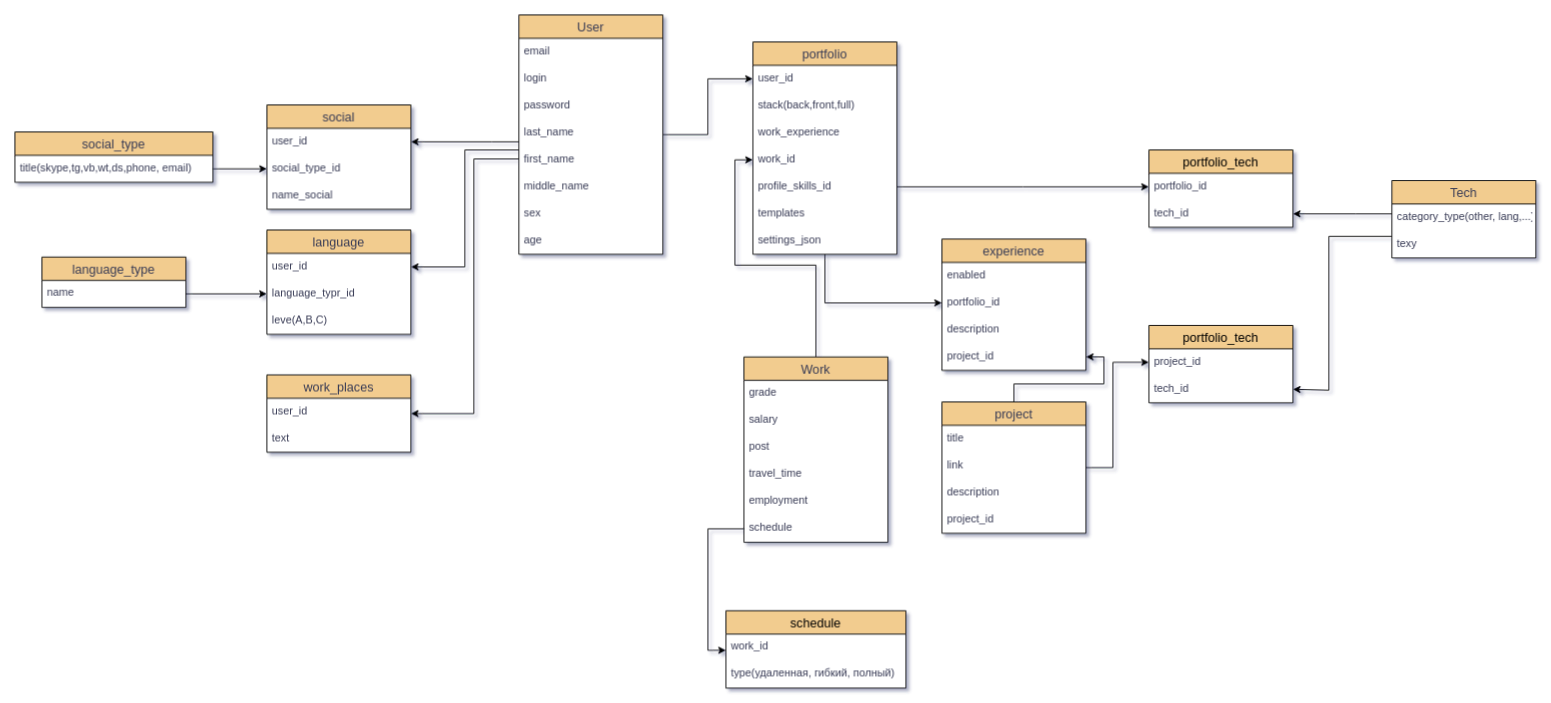
odi1n/portfolio keeps this draw.io diagram as portfolio.drawio. Above is the earlier version. Source tidied: cells renumbered, new cells numbered last; positions are measured from the earlier drawing's top-left corner, leaving out a move shared by most shapes. Both pictures are drawn from the tidied source at 90%, with x=0, y=0 at pixel (14, 14).
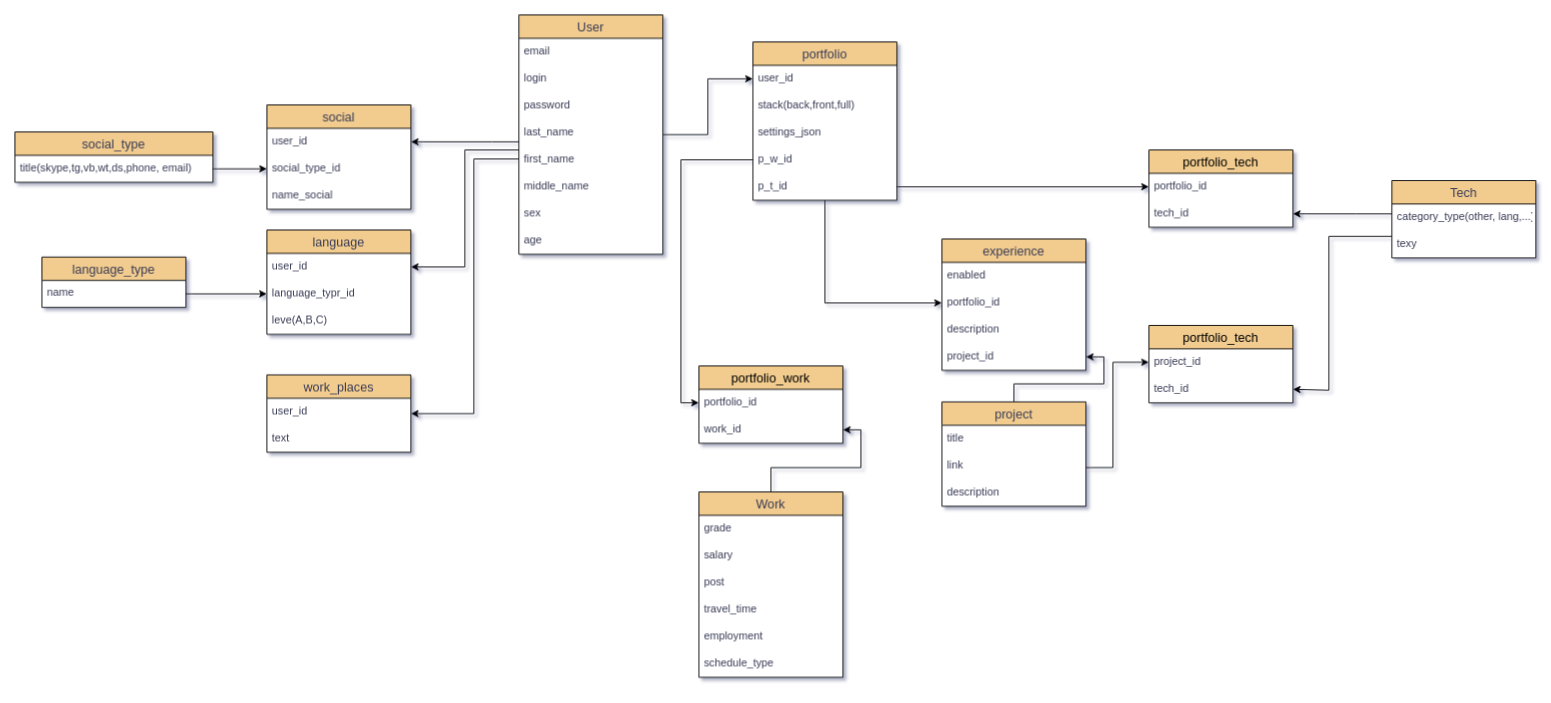
Above is the later version.

Commit message:
Привел в порядок БД

Unchanged cells that the change refers to:
```xml
<mxCell id="65" value="portfolio_id" style="text;strokeColor=none;fillColor=none;spacingLeft=4;spacingRight=4;overflow=hidden;points=[[0,0.5],[1,0.5]];portConstraint=eastwest;fontSize=12;rounded=0;shadow=0;sketch=0;fontColor=#393C56;" parent="64" vertex="1">
  <mxGeometry y="26" width="160" height="30" as="geometry" />
</mxCell>
```

Change to the diagram source:
```diff
@@
-    <mxCell id="32" style="edgeStyle=orthogonalEdgeStyle;rounded=0;jettySize=auto;html=1;fontColor=default;" parent="1" edge="1" source="33" target="60">
-      <mxGeometry relative="1" as="geometry" />
-    </mxCell>
+    <mxCell id="77" style="edgeStyle=orthogonalEdgeStyle;rounded=0;jettySize=auto;html=1;entryX=1;entryY=0.5;entryDx=0;entryDy=0;" parent="1" edge="1" source="33" target="82">
+      <mxGeometry relative="1" as="geometry" />
+    </mxCell>
     <mxCell id="33" value="Work" style="swimlane;fontStyle=0;horizontal=1;startSize=26;align=center;fontSize=14;rounded=0;shadow=0;sketch=0;fontColor=#393C56;strokeColor=default;fillColor=#F2CC8F;swimlaneFillColor=default;" parent="1" vertex="1">
-      <mxGeometry x="810" y="380" width="160" height="206" as="geometry" />
+      <mxGeometry x="760" y="530" width="160" height="206" as="geometry" />
     </mxCell>
@@
-    <mxCell id="39" value="schedule" style="text;strokeColor=none;fillColor=none;spacingLeft=4;spacingRight=4;overflow=hidden;points=[[0,0.5],[1,0.5]];portConstraint=eastwest;fontSize=12;rounded=0;shadow=0;sketch=0;fontColor=#393C56;" parent="33" vertex="1">
+    <mxCell id="39" value="schedule_type" style="text;strokeColor=none;fillColor=none;spacingLeft=4;spacingRight=4;overflow=hidden;points=[[0,0.5],[1,0.5]];portConstraint=eastwest;fontSize=12;rounded=0;shadow=0;sketch=0;fontColor=#393C56;" parent="33" vertex="1">
       <mxGeometry y="176" width="160" height="30" as="geometry" />
     </mxCell>
-    <mxCell id="40" value="schedule" style="swimlane;fontStyle=0;horizontal=1;startSize=26;align=center;fontSize=14;rounded=0;shadow=0;sketch=0;fontColor=default;strokeColor=default;fillColor=#F2CC8F;swimlaneFillColor=default;" parent="1" vertex="1">
-      <mxGeometry x="790" y="662" width="200" height="86" as="geometry" />
-    </mxCell>
-    <mxCell id="41" value="work_id" style="text;strokeColor=none;fillColor=none;spacingLeft=4;spacingRight=4;overflow=hidden;fontSize=12;rounded=0;shadow=0;sketch=0;fontColor=#393C56;" parent="40" vertex="1">
-      <mxGeometry y="26" width="200" height="30" as="geometry" />
-    </mxCell>
-    <mxCell id="42" value="type(удаленная, гибкий, полный)" style="text;strokeColor=none;fillColor=none;spacingLeft=4;spacingRight=4;overflow=hidden;fontSize=12;rounded=0;shadow=0;sketch=0;fontColor=#393C56;" parent="40" vertex="1">
-      <mxGeometry y="56" width="200" height="30" as="geometry" />
-    </mxCell>
-    <mxCell id="43" style="edgeStyle=orthogonalEdgeStyle;rounded=0;jettySize=auto;html=1;exitX=0;exitY=0.5;exitDx=0;exitDy=0;" parent="1" edge="1" source="39">
-      <mxGeometry relative="1" as="geometry">
-        <mxPoint x="790" y="706" as="targetPoint" />
-        <Array as="points">
-          <mxPoint x="770" y="571" />
-          <mxPoint x="770" y="706" />
-        </Array>
-      </mxGeometry>
-    </mxCell>
@@
-    <mxCell id="54" style="edgeStyle=orthogonalEdgeStyle;rounded=0;jettySize=auto;html=1;entryX=0;entryY=0.5;entryDx=0;entryDy=0;fontColor=default;" parent="1" edge="1" source="56" target="65">
-      <mxGeometry relative="1" as="geometry">
-        <Array as="points">
-          <mxPoint x="1120" y="191" />
-          <mxPoint x="1120" y="191" />
-        </Array>
-      </mxGeometry>
-    </mxCell>
@@
     <mxCell id="56" value="portfolio" style="swimlane;fontStyle=0;horizontal=1;startSize=26;align=center;fontSize=14;rounded=0;shadow=0;sketch=0;fontColor=#393C56;strokeColor=default;fillColor=#F2CC8F;swimlaneFillColor=default;" parent="1" vertex="1">
-      <mxGeometry x="820" y="30" width="160" height="236" as="geometry" />
+      <mxGeometry x="820" y="30" width="160" height="176" as="geometry" />
     </mxCell>
@@
-    <mxCell id="59" value="work_experience" style="text;strokeColor=none;fillColor=none;spacingLeft=4;spacingRight=4;overflow=hidden;fontSize=12;rounded=0;shadow=0;sketch=0;fontColor=#393C56;" parent="56" vertex="1">
-      <mxGeometry y="86" width="160" height="30" as="geometry" />
-    </mxCell>
-    <mxCell id="60" value="work_id" style="text;strokeColor=none;fillColor=none;spacingLeft=4;spacingRight=4;overflow=hidden;points=[[0,0.5],[1,0.5]];portConstraint=eastwest;fontSize=12;rounded=0;shadow=0;sketch=0;fontColor=#393C56;" parent="56" vertex="1">
-      <mxGeometry y="116" width="160" height="30" as="geometry" />
-    </mxCell>
-    <mxCell id="61" value="profile_skills_id" style="text;strokeColor=none;fillColor=none;spacingLeft=4;spacingRight=4;overflow=hidden;fontSize=12;rounded=0;shadow=0;sketch=0;fontColor=#393C56;" parent="56" vertex="1">
-      <mxGeometry y="146" width="160" height="30" as="geometry" />
-    </mxCell>
-    <mxCell id="62" value="templates" style="text;strokeColor=none;fillColor=none;spacingLeft=4;spacingRight=4;overflow=hidden;fontSize=12;rounded=0;shadow=0;sketch=0;fontColor=#393C56;" parent="56" vertex="1">
-      <mxGeometry y="176" width="160" height="30" as="geometry" />
-    </mxCell>
     <mxCell id="63" value="settings_json" style="text;strokeColor=none;fillColor=none;spacingLeft=4;spacingRight=4;overflow=hidden;fontSize=12;rounded=0;shadow=0;sketch=0;fontColor=#393C56;" parent="56" vertex="1">
-      <mxGeometry y="206" width="160" height="30" as="geometry" />
+      <mxGeometry y="86" width="160" height="30" as="geometry" />
     </mxCell>
+    <mxCell id="78" value="p_w_id" style="text;strokeColor=none;fillColor=none;spacingLeft=4;spacingRight=4;overflow=hidden;points=[[0,0.5],[1,0.5]];portConstraint=eastwest;fontSize=12;rounded=0;shadow=0;sketch=0;fontColor=#393C56;" parent="56" vertex="1">
+      <mxGeometry y="116" width="160" height="30" as="geometry" />
+    </mxCell>
+    <mxCell id="79" value="p_t_id" style="text;strokeColor=none;fillColor=none;spacingLeft=4;spacingRight=4;overflow=hidden;points=[[0,0.5],[1,0.5]];portConstraint=eastwest;fontSize=12;rounded=0;shadow=0;sketch=0;fontColor=#393C56;" parent="56" vertex="1">
+      <mxGeometry y="146" width="160" height="30" as="geometry" />
+    </mxCell>
@@
     <mxCell id="69" value="project" style="swimlane;fontStyle=0;horizontal=1;startSize=26;align=center;fontSize=14;rounded=0;shadow=0;sketch=0;fontColor=#393C56;strokeColor=default;fillColor=#F2CC8F;swimlaneFillColor=default;" parent="1" vertex="1">
-      <mxGeometry x="1030" y="430" width="160" height="146" as="geometry" />
+      <mxGeometry x="1030" y="430" width="160" height="116" as="geometry" />
     </mxCell>
@@
-    <mxCell id="73" value="project_id" style="text;strokeColor=none;fillColor=none;spacingLeft=4;spacingRight=4;overflow=hidden;fontSize=12;rounded=0;shadow=0;sketch=0;fontColor=#393C56;" parent="69" vertex="1">
-      <mxGeometry y="116" width="160" height="30" as="geometry" />
-    </mxCell>
@@
+    <mxCell id="80" value="portfolio_work" style="swimlane;fontStyle=0;horizontal=1;startSize=26;align=center;fontSize=14;rounded=0;shadow=0;sketch=0;fontColor=default;strokeColor=default;fillColor=#F2CC8F;swimlaneFillColor=default;" parent="1" vertex="1">
+      <mxGeometry x="760" y="390" width="160" height="86" as="geometry" />
+    </mxCell>
+    <mxCell id="81" value="portfolio_id" style="text;strokeColor=none;fillColor=none;spacingLeft=4;spacingRight=4;overflow=hidden;points=[[0,0.5],[1,0.5]];portConstraint=eastwest;fontSize=12;rounded=0;shadow=0;sketch=0;fontColor=#393C56;" parent="80" vertex="1">
+      <mxGeometry y="26" width="160" height="30" as="geometry" />
+    </mxCell>
+    <mxCell id="82" value="work_id" style="text;strokeColor=none;fillColor=none;spacingLeft=4;spacingRight=4;overflow=hidden;points=[[0,0.5],[1,0.5]];portConstraint=eastwest;fontSize=12;rounded=0;shadow=0;sketch=0;fontColor=#393C56;" parent="80" vertex="1">
+      <mxGeometry y="56" width="160" height="30" as="geometry" />
+    </mxCell>
+    <mxCell id="83" style="edgeStyle=orthogonalEdgeStyle;rounded=0;jettySize=auto;html=1;exitX=0;exitY=0.5;exitDx=0;exitDy=0;entryX=0;entryY=0.5;entryDx=0;entryDy=0;" parent="1" edge="1" source="78" target="81">
+      <mxGeometry relative="1" as="geometry" />
+    </mxCell>
+    <mxCell id="84" style="edgeStyle=orthogonalEdgeStyle;rounded=0;jettySize=auto;html=1;exitX=1;exitY=0.5;exitDx=0;exitDy=0;entryX=0;entryY=0.5;entryDx=0;entryDy=0;" parent="1" edge="1" source="79" target="65">
+      <mxGeometry relative="1" as="geometry" />
+    </mxCell>
```
